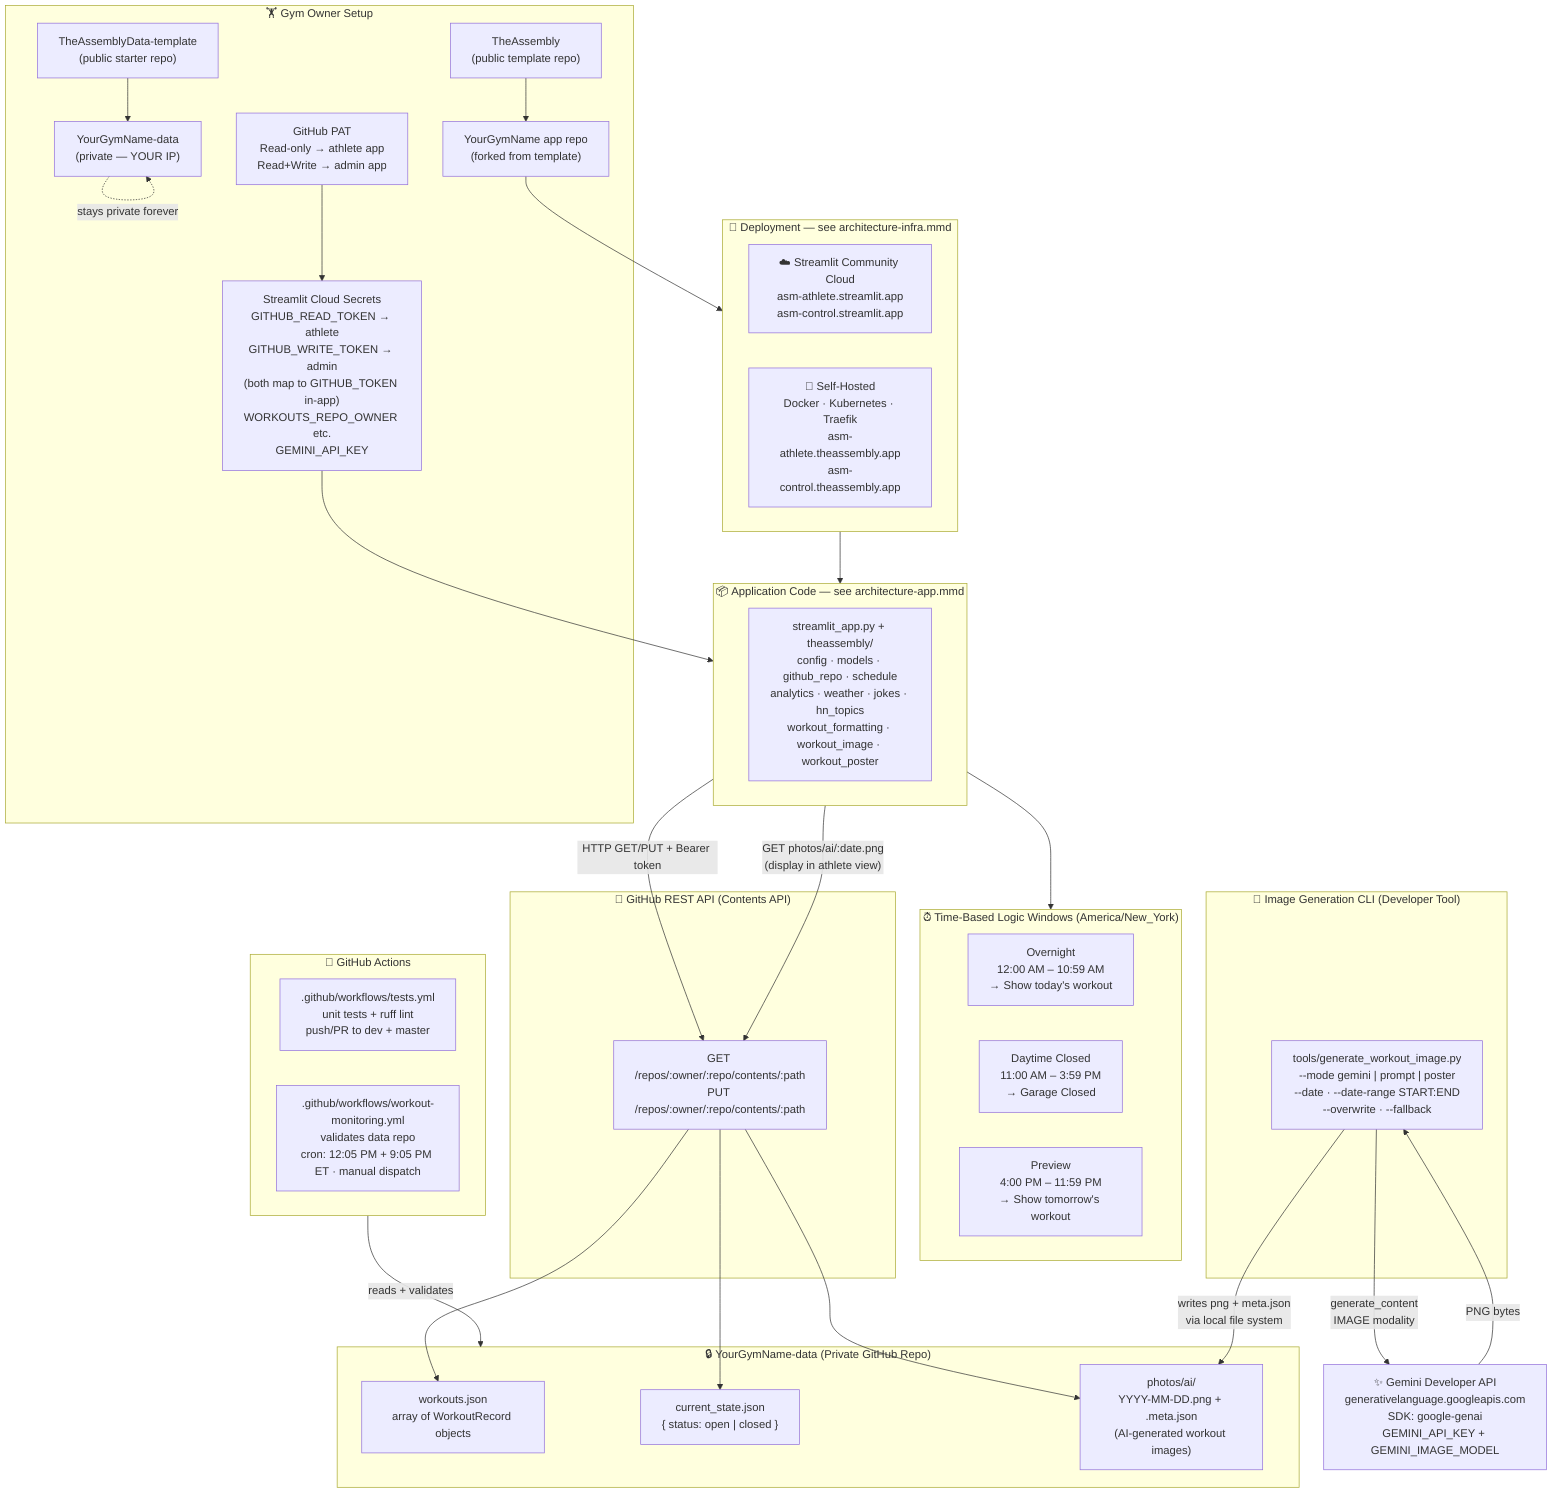
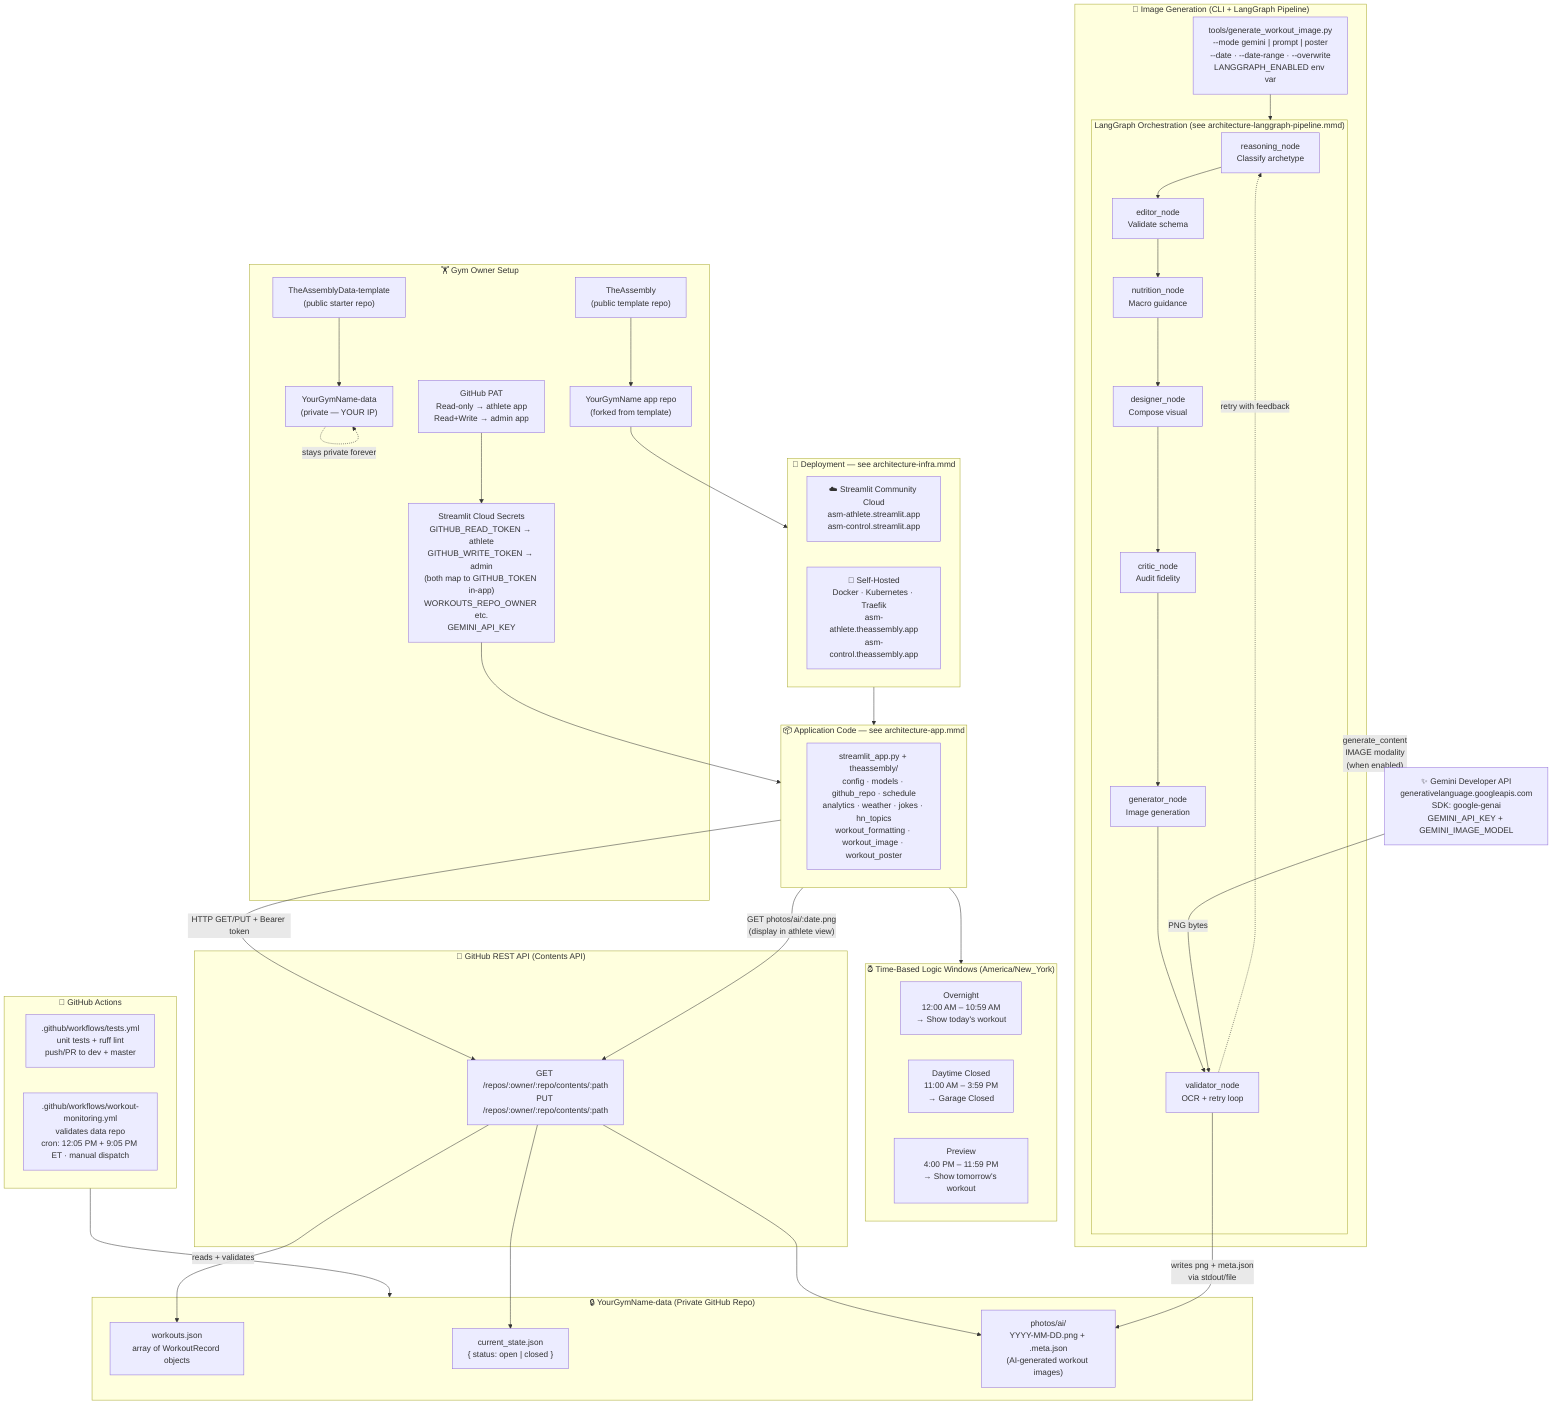
%% High-Level Overview — see architecture-app.mmd for app internals, architecture-infra.mmd for deployment details
graph TD
    subgraph GymOwnerSetup["🏋️ Gym Owner Setup"]
        Template["TheAssembly\n(public template repo)"]
        DataTemplate["TheAssemblyData-template\n(public starter repo)"]
        GymRepo["YourGymName app repo\n(forked from template)"]
        GymData["YourGymName-data\n(private — YOUR IP)"]
        PAT["GitHub PAT\nRead-only → athlete app\nRead+Write → admin app"]
        StreamlitSecrets["Streamlit Cloud Secrets\nGITHUB_READ_TOKEN → athlete\nGITHUB_WRITE_TOKEN → admin\n(both map to GITHUB_TOKEN in-app)\nWORKOUTS_REPO_OWNER etc.\nGEMINI_API_KEY"]
        Template --> GymRepo
        DataTemplate --> GymData
        PAT --> StreamlitSecrets
        GymData -.->|"stays private forever"| GymData
    end

    subgraph DeploymentPaths["🚀 Deployment — see architecture-infra.mmd"]
        StreamlitCloud["☁️ Streamlit Community Cloud\nasm-athlete.streamlit.app\nasm-control.streamlit.app"]
        SelfHosted["🐳 Self-Hosted\nDocker · Kubernetes · Traefik\nasm-athlete.theassembly.app\nasm-control.theassembly.app"]
    end

    subgraph AppCode["📦 Application Code — see architecture-app.mmd"]
        AppNode["streamlit_app.py + theassembly/\nconfig · models · github_repo · schedule\nanalytics · weather · jokes · hn_topics\nworkout_formatting · workout_image · workout_poster"]
    end

    subgraph PrivateDataRepo["🔒 YourGymName-data (Private GitHub Repo)"]
        WorkoutsJSON["workouts.json\narray of WorkoutRecord objects"]
        StateJSON["current_state.json\n{ status: open | closed }"]
        PhotosAI["photos/ai/\nYYYY-MM-DD.png + .meta.json\n(AI-generated workout images)"]
    end

    subgraph GitHubAPI["🐙 GitHub REST API (Contents API)"]
        ContentsAPI["GET /repos/:owner/:repo/contents/:path\nPUT /repos/:owner/:repo/contents/:path"]
    end

    subgraph TimeLogic["⏰ Time-Based Logic Windows (America/New_York)"]
        Overnight["Overnight\n12:00 AM – 10:59 AM\n→ Show today's workout"]
        Closed["Daytime Closed\n11:00 AM – 3:59 PM\n→ Garage Closed"]
        Preview["Preview\n4:00 PM – 11:59 PM\n→ Show tomorrow's workout"]
    end

    subgraph CI["🔄 GitHub Actions"]
        TestsWF[".github/workflows/tests.yml\nunit tests + ruff lint\npush/PR to dev + master"]
        MonitorWF[".github/workflows/workout-monitoring.yml\nvalidates data repo\ncron: 12:05 PM + 9:05 PM ET · manual dispatch"]
    end

    GymRepo --> DeploymentPaths
    StreamlitSecrets --> AppCode
    DeploymentPaths --> AppCode
    AppCode -->|"HTTP GET/PUT + Bearer token"| ContentsAPI
    ContentsAPI --> WorkoutsJSON
    ContentsAPI --> StateJSON
    AppCode --> TimeLogic
    CI -->|"reads + validates"| PrivateDataRepo

-     subgraph CliTools["🤖 Image Generation CLI (Developer Tool)"]
-         GenerateImageCLI["tools/generate_workout_image.py\n--mode gemini | prompt | poster\n--date · --date-range START:END\n--overwrite · --fallback"]
+     subgraph CliTools["🤖 Image Generation (CLI + LangGraph Pipeline)"]
+         GenerateImageCLI["tools/generate_workout_image.py\n--mode gemini | prompt | poster\n--date · --date-range · --overwrite\nLANGGRAPH_ENABLED env var"]
+ 
+         subgraph LGPipeline["LangGraph Orchestration (see architecture-langgraph-pipeline.mmd)"]
+             LGReasoning["reasoning_node<br/>Classify archetype"]
+             LGEditor["editor_node<br/>Validate schema"]
+             LGNutrition["nutrition_node<br/>Macro guidance"]
+             LGDesigner["designer_node<br/>Compose visual"]
+             LGCritic["critic_node<br/>Audit fidelity"]
+             LGGenerator["generator_node<br/>Image generation"]
+             LGValidator["validator_node<br/>OCR + retry loop"]
+         end
+ 
+         LGReasoning --> LGEditor
+         LGEditor --> LGNutrition
+         LGNutrition --> LGDesigner
+         LGDesigner --> LGCritic
+         LGCritic --> LGGenerator
+         LGGenerator --> LGValidator
+         LGValidator -.->|"retry with feedback"| LGReasoning
    end

    GeminiAPI["✨ Gemini Developer API\ngenerativelanguage.googleapis.com\nSDK: google-genai\nGEMINI_API_KEY + GEMINI_IMAGE_MODEL"]

    AppCode -->|"GET photos/ai/:date.png\n(display in athlete view)"| ContentsAPI
    ContentsAPI --> PhotosAI
-     GenerateImageCLI -->|"generate_content\nIMAGE modality"| GeminiAPI
-     GeminiAPI -->|"PNG bytes"| GenerateImageCLI
-     GenerateImageCLI -->|"writes png + meta.json\nvia local file system"| PhotosAI
+     GenerateImageCLI --> LGPipeline
+     LGPipeline -->|"generate_content\nIMAGE modality\n(when enabled)"| GeminiAPI
+     GeminiAPI -->|"PNG bytes"| LGValidator
+     LGValidator -->|"writes png + meta.json\nvia stdout/file"| PhotosAI

